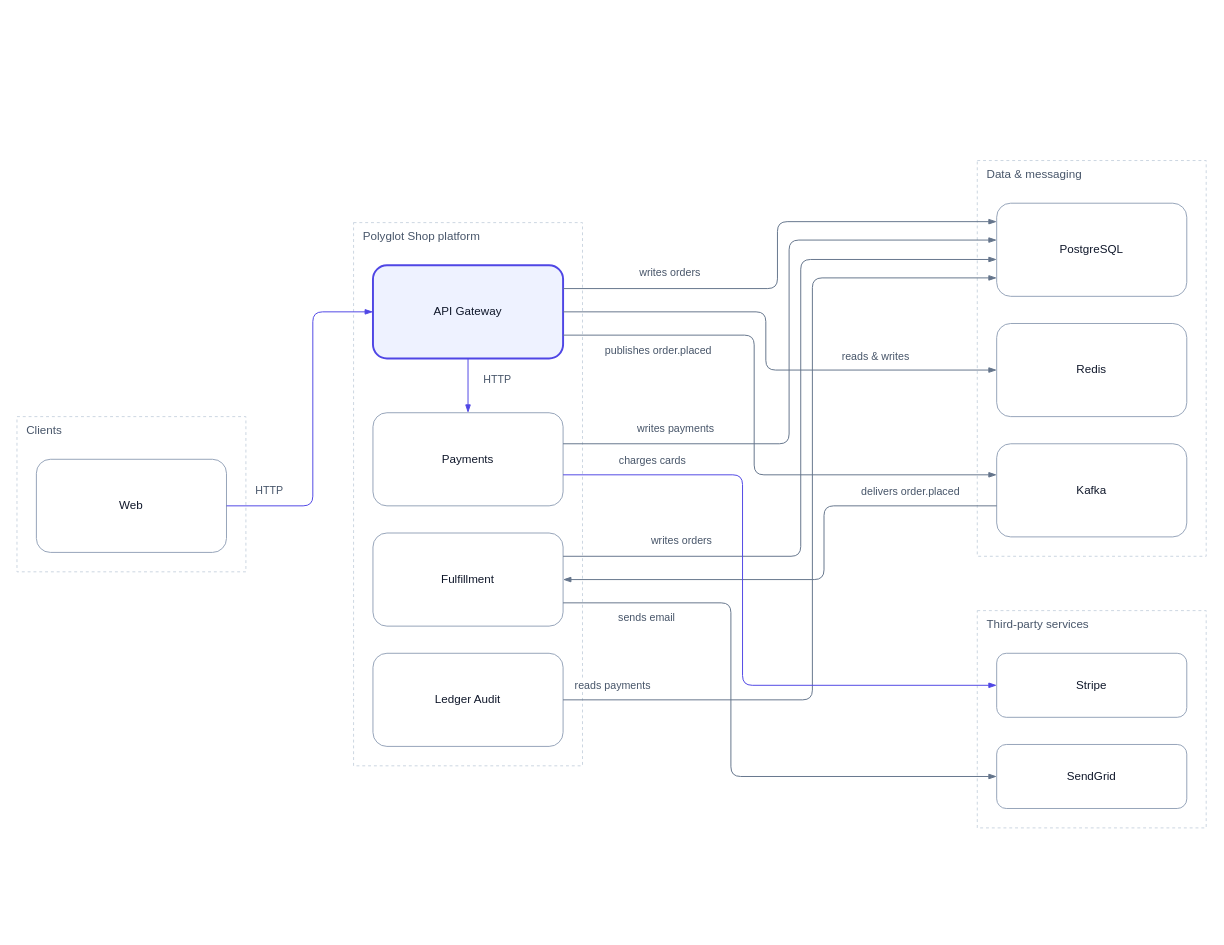
The draw.io diagram examples/polyglot-shop/diagrams/containers.drawio in sadaramk/autodoc, before the edit. Source tidied: cells renumbered, new cells numbered last; positions are measured from the earlier drawing's top-left corner, leaving out a move shared by most shapes. Both pictures are drawn from the tidied source at 97%, with x=0, y=0 at pixel (16, 160).
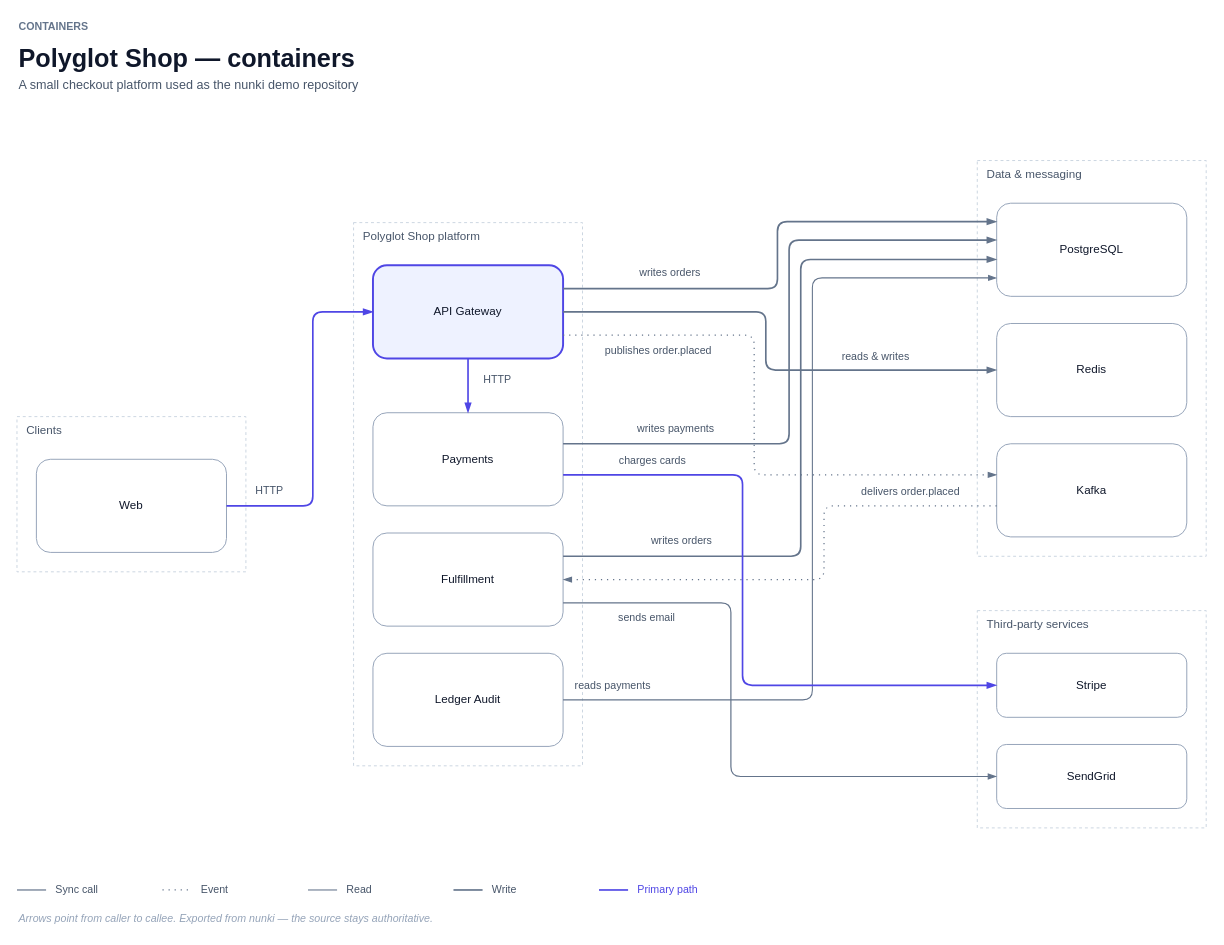
The same page after the edit.

Commit message (it also covers changes not shown here):
Carry the legend and the title into the draw.io export

Unchanged cells that the change refers to:
```xml
<mxCell id="6" value="API Gateway" style="rounded=1;whiteSpace=wrap;html=1;fillColor=#eef2ff;strokeColor=#4f46e5;fontColor=#0f172a;strokeWidth=2;align=center;verticalAlign=middle;" parent="3" vertex="1">
  <mxGeometry x="20" y="44" width="196" height="96" as="geometry" />
</mxCell>
<mxCell id="7" value="Fulfillment" style="rounded=1;whiteSpace=wrap;html=1;fillColor=#ffffff;strokeColor=#94a3b8;fontColor=#0f172a;strokeWidth=1;align=center;verticalAlign=middle;" parent="3" vertex="1">
  <mxGeometry x="20" y="320" width="196" height="96" as="geometry" />
</mxCell>
<mxCell id="8" value="Ledger Audit" style="rounded=1;whiteSpace=wrap;html=1;fillColor=#ffffff;strokeColor=#94a3b8;fontColor=#0f172a;strokeWidth=1;align=center;verticalAlign=middle;" parent="3" vertex="1">
  <mxGeometry x="20" y="444" width="196" height="96" as="geometry" />
</mxCell>
<mxCell id="9" value="Payments" style="rounded=1;whiteSpace=wrap;html=1;fillColor=#ffffff;strokeColor=#94a3b8;fontColor=#0f172a;strokeWidth=1;align=center;verticalAlign=middle;" parent="3" vertex="1">
  <mxGeometry x="20" y="196" width="196" height="96" as="geometry" />
</mxCell>
<mxCell id="10" value="Web" style="rounded=1;whiteSpace=wrap;html=1;fillColor=#ffffff;strokeColor=#94a3b8;fontColor=#0f172a;strokeWidth=1;align=center;verticalAlign=middle;" parent="2" vertex="1">
  <mxGeometry x="20" y="44" width="196" height="96" as="geometry" />
</mxCell>
<mxCell id="11" value="PostgreSQL" style="rounded=1;whiteSpace=wrap;html=1;fillColor=#ffffff;strokeColor=#94a3b8;fontColor=#0f172a;strokeWidth=1;align=center;verticalAlign=middle;" parent="4" vertex="1">
  <mxGeometry x="20" y="44" width="196" height="96" as="geometry" />
</mxCell>
<mxCell id="12" value="Redis" style="rounded=1;whiteSpace=wrap;html=1;fillColor=#ffffff;strokeColor=#94a3b8;fontColor=#0f172a;strokeWidth=1;align=center;verticalAlign=middle;" parent="4" vertex="1">
  <mxGeometry x="20" y="168" width="196" height="96" as="geometry" />
</mxCell>
<mxCell id="13" value="Kafka" style="rounded=1;whiteSpace=wrap;html=1;fillColor=#ffffff;strokeColor=#94a3b8;fontColor=#0f172a;strokeWidth=1;align=center;verticalAlign=middle;" parent="4" vertex="1">
  <mxGeometry x="20" y="292" width="196" height="96" as="geometry" />
</mxCell>
<mxCell id="14" value="Stripe" style="rounded=1;whiteSpace=wrap;html=1;fillColor=#ffffff;strokeColor=#94a3b8;fontColor=#0f172a;strokeWidth=1;align=center;verticalAlign=middle;" parent="5" vertex="1">
  <mxGeometry x="20" y="44" width="196" height="66" as="geometry" />
</mxCell>
<mxCell id="15" value="SendGrid" style="rounded=1;whiteSpace=wrap;html=1;fillColor=#ffffff;strokeColor=#94a3b8;fontColor=#0f172a;strokeWidth=1;align=center;verticalAlign=middle;" parent="5" vertex="1">
  <mxGeometry x="20" y="138" width="196" height="66" as="geometry" />
</mxCell>
```

Diff of the diagram source:
```diff
@@
-    <mxCell id="16" value="publishes order.placed" style="edgeStyle=orthogonalEdgeStyle;rounded=1;html=1;strokeColor=#64748b;dashed=0;endArrow=blockThin;endFill=1;labelBackgroundColor=#ffffff;fontSize=11;fontColor=#475569;" parent="1" edge="1" source="6" target="13">
+    <mxCell id="16" value="publishes order.placed" style="edgeStyle=orthogonalEdgeStyle;rounded=1;html=1;strokeColor=#64748b;dashed=1;dashPattern=1 4;strokeWidth=1.25;endArrow=blockThin;endFill=1;labelBackgroundColor=#ffffff;fontSize=11;fontColor=#475569;" parent="1" edge="1" source="6" target="13">
       <mxGeometry relative="1" as="geometry">
         <Array as="points">
           <mxPoint x="760" y="180" />
           <mxPoint x="760" y="324" />
         </Array>
         <mxPoint x="-99" y="-83" as="offset" />
       </mxGeometry>
     </mxCell>
-    <mxCell id="17" value="HTTP" style="edgeStyle=orthogonalEdgeStyle;rounded=1;html=1;strokeColor=#4f46e5;dashed=0;endArrow=blockThin;endFill=1;labelBackgroundColor=#ffffff;fontSize=11;fontColor=#475569;" parent="1" edge="1" source="6" target="9">
+    <mxCell id="17" value="HTTP" style="edgeStyle=orthogonalEdgeStyle;rounded=1;html=1;strokeColor=#4f46e5;dashed=0;strokeWidth=1.7;endArrow=blockThin;endFill=1;labelBackgroundColor=#ffffff;fontSize=11;fontColor=#475569;" parent="1" edge="1" source="6" target="9">
       <mxGeometry relative="1" as="geometry">
         <mxPoint x="30" y="-6" as="offset" />
       </mxGeometry>
     </mxCell>
-    <mxCell id="18" value="writes orders" style="edgeStyle=orthogonalEdgeStyle;rounded=1;html=1;strokeColor=#64748b;dashed=0;endArrow=blockThin;endFill=1;labelBackgroundColor=#ffffff;fontSize=11;fontColor=#475569;" parent="1" edge="1" source="6" target="11">
+    <mxCell id="18" value="writes orders" style="edgeStyle=orthogonalEdgeStyle;rounded=1;html=1;strokeColor=#64748b;dashed=0;strokeWidth=1.7;endArrow=blockThin;endFill=1;labelBackgroundColor=#ffffff;fontSize=11;fontColor=#475569;" parent="1" edge="1" source="6" target="11">
       <mxGeometry relative="1" as="geometry">
         <Array as="points">
           <mxPoint x="784" y="132" />
           <mxPoint x="784" y="63" />
         </Array>
         <mxPoint x="-111" y="21" as="offset" />
       </mxGeometry>
     </mxCell>
-    <mxCell id="19" value="reads &amp; writes" style="edgeStyle=orthogonalEdgeStyle;rounded=1;html=1;strokeColor=#64748b;dashed=0;endArrow=blockThin;endFill=1;labelBackgroundColor=#ffffff;fontSize=11;fontColor=#475569;" parent="1" edge="1" source="6" target="12">
+    <mxCell id="19" value="reads &amp; writes" style="edgeStyle=orthogonalEdgeStyle;rounded=1;html=1;strokeColor=#64748b;dashed=0;strokeWidth=1.7;endArrow=blockThin;endFill=1;labelBackgroundColor=#ffffff;fontSize=11;fontColor=#475569;" parent="1" edge="1" source="6" target="12">
       <mxGeometry relative="1" as="geometry">
         <Array as="points">
           <mxPoint x="772" y="156" />
           <mxPoint x="772" y="216" />
         </Array>
         <mxPoint x="113" y="1" as="offset" />
       </mxGeometry>
     </mxCell>
-    <mxCell id="20" value="writes orders" style="edgeStyle=orthogonalEdgeStyle;rounded=1;html=1;strokeColor=#64748b;dashed=0;endArrow=blockThin;endFill=1;labelBackgroundColor=#ffffff;fontSize=11;fontColor=#475569;" parent="1" edge="1" source="7" target="11">
+    <mxCell id="20" value="writes orders" style="edgeStyle=orthogonalEdgeStyle;rounded=1;html=1;strokeColor=#64748b;dashed=0;strokeWidth=1.7;endArrow=blockThin;endFill=1;labelBackgroundColor=#ffffff;fontSize=11;fontColor=#475569;" parent="1" edge="1" source="7" target="11">
       <mxGeometry relative="1" as="geometry">
         <Array as="points">
           <mxPoint x="808" y="408" />
           <mxPoint x="808" y="102" />
         </Array>
         <mxPoint x="-123" y="116" as="offset" />
       </mxGeometry>
     </mxCell>
-    <mxCell id="21" value="sends email" style="edgeStyle=orthogonalEdgeStyle;rounded=1;html=1;strokeColor=#64748b;dashed=0;endArrow=blockThin;endFill=1;labelBackgroundColor=#ffffff;fontSize=11;fontColor=#475569;" parent="1" edge="1" source="7" target="15">
+    <mxCell id="21" value="sends email" style="edgeStyle=orthogonalEdgeStyle;rounded=1;html=1;strokeColor=#64748b;dashed=0;strokeWidth=1.25;endArrow=blockThin;endFill=1;labelBackgroundColor=#ffffff;fontSize=11;fontColor=#475569;" parent="1" edge="1" source="7" target="15">
       <mxGeometry relative="1" as="geometry">
         <Array as="points">
           <mxPoint x="736" y="456" />
           <mxPoint x="736" y="635" />
         </Array>
         <mxPoint x="-87" y="-125" as="offset" />
       </mxGeometry>
     </mxCell>
-    <mxCell id="22" value="delivers order.placed" style="edgeStyle=orthogonalEdgeStyle;rounded=1;html=1;strokeColor=#64748b;dashed=0;endArrow=blockThin;endFill=1;labelBackgroundColor=#ffffff;fontSize=11;fontColor=#475569;" parent="1" edge="1" source="13" target="7">
+    <mxCell id="22" value="delivers order.placed" style="edgeStyle=orthogonalEdgeStyle;rounded=1;html=1;strokeColor=#64748b;dashed=1;dashPattern=1 4;strokeWidth=1.25;endArrow=blockThin;endFill=1;labelBackgroundColor=#ffffff;fontSize=11;fontColor=#475569;" parent="1" edge="1" source="13" target="7">
       <mxGeometry relative="1" as="geometry">
         <Array as="points">
           <mxPoint x="832" y="356" />
           <mxPoint x="832" y="432" />
         </Array>
         <mxPoint x="97" y="-91" as="offset" />
       </mxGeometry>
     </mxCell>
-    <mxCell id="23" value="reads payments" style="edgeStyle=orthogonalEdgeStyle;rounded=1;html=1;strokeColor=#64748b;dashed=0;endArrow=blockThin;endFill=1;labelBackgroundColor=#ffffff;fontSize=11;fontColor=#475569;" parent="1" edge="1" source="8" target="11">
+    <mxCell id="23" value="reads payments" style="edgeStyle=orthogonalEdgeStyle;rounded=1;html=1;strokeColor=#64748b;dashed=0;strokeWidth=1.1;endArrow=blockThin;endFill=1;labelBackgroundColor=#ffffff;fontSize=11;fontColor=#475569;" parent="1" edge="1" source="8" target="11">
       <mxGeometry relative="1" as="geometry">
         <Array as="points">
           <mxPoint x="820" y="556" />
           <mxPoint x="820" y="121" />
         </Array>
         <mxPoint x="-206" y="169" as="offset" />
       </mxGeometry>
     </mxCell>
-    <mxCell id="24" value="writes payments" style="edgeStyle=orthogonalEdgeStyle;rounded=1;html=1;strokeColor=#64748b;dashed=0;endArrow=blockThin;endFill=1;labelBackgroundColor=#ffffff;fontSize=11;fontColor=#475569;" parent="1" edge="1" source="9" target="11">
+    <mxCell id="24" value="writes payments" style="edgeStyle=orthogonalEdgeStyle;rounded=1;html=1;strokeColor=#64748b;dashed=0;strokeWidth=1.7;endArrow=blockThin;endFill=1;labelBackgroundColor=#ffffff;fontSize=11;fontColor=#475569;" parent="1" edge="1" source="9" target="11">
       <mxGeometry relative="1" as="geometry">
         <Array as="points">
           <mxPoint x="796" y="292" />
           <mxPoint x="796" y="82" />
         </Array>
         <mxPoint x="-117" y="80" as="offset" />
       </mxGeometry>
     </mxCell>
-    <mxCell id="25" value="charges cards" style="edgeStyle=orthogonalEdgeStyle;rounded=1;html=1;strokeColor=#4f46e5;dashed=0;endArrow=blockThin;endFill=1;labelBackgroundColor=#ffffff;fontSize=11;fontColor=#475569;" parent="1" edge="1" source="9" target="14">
+    <mxCell id="25" value="charges cards" style="edgeStyle=orthogonalEdgeStyle;rounded=1;html=1;strokeColor=#4f46e5;dashed=0;strokeWidth=1.7;endArrow=blockThin;endFill=1;labelBackgroundColor=#ffffff;fontSize=11;fontColor=#475569;" parent="1" edge="1" source="9" target="14">
       <mxGeometry relative="1" as="geometry">
         <Array as="points">
           <mxPoint x="748" y="324" />
           <mxPoint x="748" y="541" />
         </Array>
         <mxPoint x="-93" y="-162" as="offset" />
       </mxGeometry>
     </mxCell>
-    <mxCell id="26" value="HTTP" style="edgeStyle=orthogonalEdgeStyle;rounded=1;html=1;strokeColor=#4f46e5;dashed=0;endArrow=blockThin;endFill=1;labelBackgroundColor=#ffffff;fontSize=11;fontColor=#475569;" parent="1" edge="1" source="10" target="6">
+    <mxCell id="26" value="HTTP" style="edgeStyle=orthogonalEdgeStyle;rounded=1;html=1;strokeColor=#4f46e5;dashed=0;strokeWidth=1.7;endArrow=blockThin;endFill=1;labelBackgroundColor=#ffffff;fontSize=11;fontColor=#475569;" parent="1" edge="1" source="10" target="6">
       <mxGeometry relative="1" as="geometry">
         <Array as="points">
           <mxPoint x="305" y="356" />
           <mxPoint x="305" y="156" />
         </Array>
         <mxPoint x="-45" y="71" as="offset" />
       </mxGeometry>
     </mxCell>
+    <mxCell id="27" value="CONTAINERS" style="text;html=1;strokeColor=none;fillColor=none;align=left;verticalAlign=middle;whiteSpace=wrap;fontSize=11;fontColor=#64748b;fontStyle=1;" parent="1" vertex="1">
+      <mxGeometry y="-148" width="400" height="20" as="geometry" />
+    </mxCell>
+    <mxCell id="28" value="Polyglot Shop — containers" style="text;html=1;strokeColor=none;fillColor=none;align=left;verticalAlign=middle;whiteSpace=wrap;fontSize=26;fontColor=#0f172a;fontStyle=1;" parent="1" vertex="1">
+      <mxGeometry y="-122" width="1226" height="34" as="geometry" />
+    </mxCell>
+    <mxCell id="29" value="A small checkout platform used as the nunki demo repository" style="text;html=1;strokeColor=none;fillColor=none;align=left;verticalAlign=middle;whiteSpace=wrap;fontSize=13;fontColor=#475569;fontStyle=0;" parent="1" vertex="1">
+      <mxGeometry y="-90" width="1226" height="24" as="geometry" />
+    </mxCell>
+    <mxCell id="30" style="endArrow=none;html=1;strokeColor=#64748b;dashed=0;strokeWidth=1.25;" parent="1" edge="1">
+      <mxGeometry relative="1" as="geometry">
+        <mxPoint y="752" as="sourcePoint" />
+        <mxPoint x="30" y="752" as="targetPoint" />
+      </mxGeometry>
+    </mxCell>
+    <mxCell id="31" value="Sync call" style="text;html=1;strokeColor=none;fillColor=none;align=left;verticalAlign=middle;whiteSpace=wrap;fontSize=11;fontColor=#475569;fontStyle=0;" parent="1" vertex="1">
+      <mxGeometry x="38" y="742" width="90" height="20" as="geometry" />
+    </mxCell>
+    <mxCell id="32" style="endArrow=none;html=1;strokeColor=#64748b;dashed=1;dashPattern=1 4;strokeWidth=1.25;" parent="1" edge="1">
+      <mxGeometry relative="1" as="geometry">
+        <mxPoint x="150" y="752" as="sourcePoint" />
+        <mxPoint x="180" y="752" as="targetPoint" />
+      </mxGeometry>
+    </mxCell>
+    <mxCell id="33" value="Event" style="text;html=1;strokeColor=none;fillColor=none;align=left;verticalAlign=middle;whiteSpace=wrap;fontSize=11;fontColor=#475569;fontStyle=0;" parent="1" vertex="1">
+      <mxGeometry x="188" y="742" width="90" height="20" as="geometry" />
+    </mxCell>
+    <mxCell id="34" style="endArrow=none;html=1;strokeColor=#64748b;dashed=0;strokeWidth=1.1;" parent="1" edge="1">
+      <mxGeometry relative="1" as="geometry">
+        <mxPoint x="300" y="752" as="sourcePoint" />
+        <mxPoint x="330" y="752" as="targetPoint" />
+      </mxGeometry>
+    </mxCell>
+    <mxCell id="35" value="Read" style="text;html=1;strokeColor=none;fillColor=none;align=left;verticalAlign=middle;whiteSpace=wrap;fontSize=11;fontColor=#475569;fontStyle=0;" parent="1" vertex="1">
+      <mxGeometry x="338" y="742" width="90" height="20" as="geometry" />
+    </mxCell>
+    <mxCell id="36" style="endArrow=none;html=1;strokeColor=#64748b;dashed=0;strokeWidth=1.7;" parent="1" edge="1">
+      <mxGeometry relative="1" as="geometry">
+        <mxPoint x="450" y="752" as="sourcePoint" />
+        <mxPoint x="480" y="752" as="targetPoint" />
+      </mxGeometry>
+    </mxCell>
+    <mxCell id="37" value="Write" style="text;html=1;strokeColor=none;fillColor=none;align=left;verticalAlign=middle;whiteSpace=wrap;fontSize=11;fontColor=#475569;fontStyle=0;" parent="1" vertex="1">
+      <mxGeometry x="488" y="742" width="90" height="20" as="geometry" />
+    </mxCell>
+    <mxCell id="38" style="endArrow=none;html=1;strokeColor=#4f46e5;strokeWidth=1.7;" parent="1" edge="1">
+      <mxGeometry relative="1" as="geometry">
+        <mxPoint x="600" y="752" as="sourcePoint" />
+        <mxPoint x="630" y="752" as="targetPoint" />
+      </mxGeometry>
+    </mxCell>
+    <mxCell id="39" value="Primary path" style="text;html=1;strokeColor=none;fillColor=none;align=left;verticalAlign=middle;whiteSpace=wrap;fontSize=11;fontColor=#4f46e5;fontStyle=0;" parent="1" vertex="1">
+      <mxGeometry x="638" y="742" width="110" height="20" as="geometry" />
+    </mxCell>
+    <mxCell id="40" value="Arrows point from caller to callee. Exported from nunki — the source stays authoritative." style="text;html=1;strokeColor=none;fillColor=none;align=left;verticalAlign=middle;whiteSpace=wrap;fontSize=11;fontColor=#94a3b8;fontStyle=2;" parent="1" vertex="1">
+      <mxGeometry y="772" width="1226" height="20" as="geometry" />
+    </mxCell>
```
